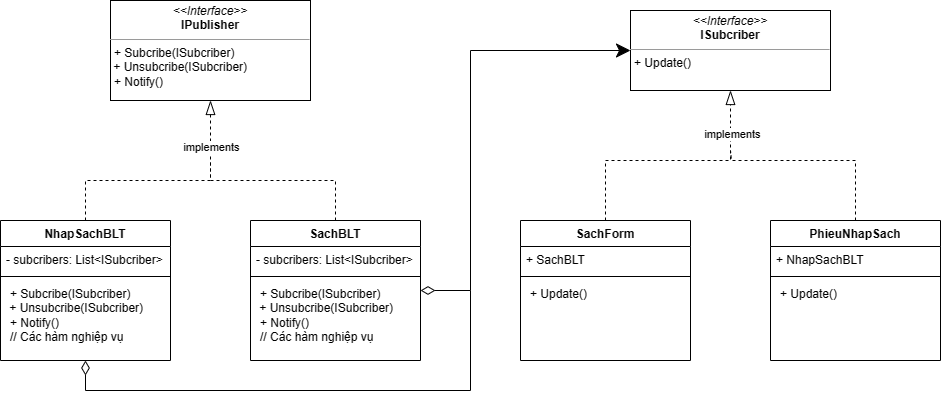
Earlier version of the draw.io export UML/Observer.png (anhkhoa1597/QuanLyNhaSach). Source tidied: cells renumbered, new cells last; positions are measured from the earlier drawing's top-left corner, leaving out a move shared by most shapes.
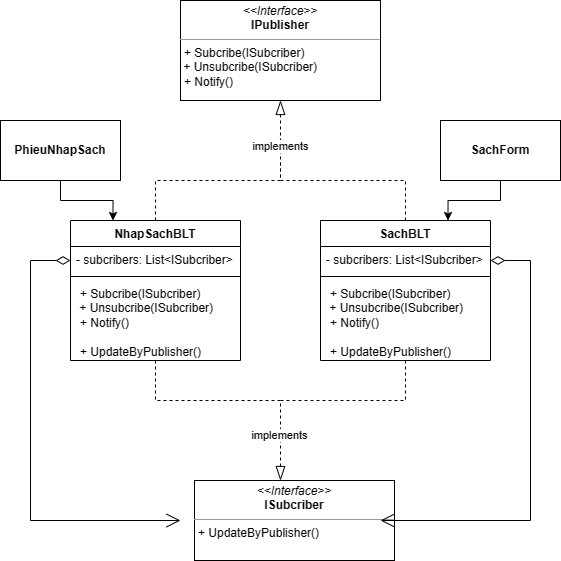
After the commit.

Diff of the diagram source:
```diff
@@ -2,31 +2,44 @@
   <root>
     <mxCell id="0" />
     <mxCell id="1" parent="0" />
-    <mxCell id="2" value="&lt;p style=&quot;margin:0px;margin-top:4px;text-align:center;&quot;&gt;&lt;i&gt;&amp;lt;&amp;lt;Interface&amp;gt;&amp;gt;&lt;/i&gt;&lt;br&gt;&lt;b&gt;ISubcriber&lt;/b&gt;&lt;/p&gt;&lt;hr size=&quot;1&quot;&gt;&lt;p style=&quot;margin:0px;margin-left:4px;&quot;&gt;+ Update()&lt;br&gt;&lt;/p&gt;" style="verticalAlign=top;align=left;overflow=fill;fontSize=12;fontFamily=Helvetica;html=1;whiteSpace=wrap;" parent="1" vertex="1">
-      <mxGeometry x="630" y="10" width="200" height="80" as="geometry" />
+    <mxCell id="2" value="&lt;p style=&quot;margin:0px;margin-top:4px;text-align:center;&quot;&gt;&lt;i&gt;&amp;lt;&amp;lt;Interface&amp;gt;&amp;gt;&lt;/i&gt;&lt;br&gt;&lt;b&gt;ISubcriber&lt;/b&gt;&lt;/p&gt;&lt;hr size=&quot;1&quot;&gt;&lt;p style=&quot;margin:0px;margin-left:4px;&quot;&gt;+ UpdateByPublisher()&lt;br&gt;&lt;/p&gt;" style="verticalAlign=top;align=left;overflow=fill;fontSize=12;fontFamily=Helvetica;html=1;whiteSpace=wrap;" parent="1" vertex="1">
+      <mxGeometry x="304" y="360" width="200" height="80" as="geometry" />
     </mxCell>
     <mxCell id="3" value="&lt;p style=&quot;margin:0px;margin-top:4px;text-align:center;&quot;&gt;&lt;i&gt;&amp;lt;&amp;lt;Interface&amp;gt;&amp;gt;&lt;/i&gt;&lt;br&gt;&lt;b&gt;IPublisher&lt;/b&gt;&lt;/p&gt;&lt;hr size=&quot;1&quot;&gt;&lt;p style=&quot;margin:0px;margin-left:4px;&quot;&gt;+ Subcribe(ISubcriber)&lt;/p&gt;&amp;nbsp;+ Unsubcribe(ISubcriber)&lt;p style=&quot;margin:0px;margin-left:4px;&quot;&gt;+ Notify()&lt;br&gt;&lt;/p&gt;" style="verticalAlign=top;align=left;overflow=fill;fontSize=12;fontFamily=Helvetica;html=1;whiteSpace=wrap;" parent="1" vertex="1">
-      <mxGeometry x="110" width="200" height="100" as="geometry" />
+      <mxGeometry x="290" y="-120" width="200" height="100" as="geometry" />
     </mxCell>
     <mxCell id="4" style="edgeStyle=orthogonalEdgeStyle;rounded=0;jettySize=auto;html=1;endArrow=none;endFill=0;dashed=1;endSize=12;" parent="1" edge="1" source="6">
       <mxGeometry relative="1" as="geometry">
-        <mxPoint x="210" y="160" as="targetPoint" />
+        <mxPoint x="390" y="40" as="targetPoint" />
         <Array as="points">
-          <mxPoint x="335" y="180" />
-          <mxPoint x="210" y="180" />
+          <mxPoint x="515" y="60" />
+          <mxPoint x="390" y="60" />
         </Array>
       </mxGeometry>
     </mxCell>
-    <mxCell id="5" style="edgeStyle=orthogonalEdgeStyle;rounded=0;jettySize=auto;html=1;entryX=0;entryY=0.5;entryDx=0;entryDy=0;startArrow=diamondThin;startFill=0;endSize=12;startSize=12;" parent="1" edge="1" source="6" target="2">
-      <mxGeometry relative="1" as="geometry">
-        <Array as="points">
-          <mxPoint x="470" y="290" />
-          <mxPoint x="470" y="50" />
-        </Array>
-      </mxGeometry>
-    </mxCell>
+    <mxCell id="28" style="edgeStyle=orthogonalEdgeStyle;rounded=0;jettySize=auto;html=1;dashed=1;endArrow=blockThin;endFill=0;endSize=12;startSize=12;" parent="1" edge="1" source="6">
+      <mxGeometry relative="1" as="geometry">
+        <mxPoint x="390" y="360" as="targetPoint" />
+        <Array as="points">
+          <mxPoint x="515" y="280" />
+          <mxPoint x="390" y="280" />
+        </Array>
+      </mxGeometry>
+    </mxCell>
+    <mxCell id="18" value="implements" style="edgeLabel;html=1;align=center;verticalAlign=middle;" parent="28" vertex="1">
+      <mxGeometry x="0.62" y="-1" relative="1" as="geometry" />
+    </mxCell>
+    <mxCell id="29" style="edgeStyle=orthogonalEdgeStyle;rounded=0;jettySize=auto;html=1;entryX=1;entryY=0.5;entryDx=0;entryDy=0;endArrow=open;endFill=0;startArrow=diamondThin;startFill=0;endSize=12;startSize=12;" parent="1" edge="1" source="6">
+      <mxGeometry relative="1" as="geometry">
+        <mxPoint x="490" y="400" as="targetPoint" />
+        <Array as="points">
+          <mxPoint x="640" y="140" />
+          <mxPoint x="640" y="400" />
+        </Array>
+      </mxGeometry>
+    </mxCell>
     <mxCell id="6" value="SachBLT" style="swimlane;fontStyle=1;align=center;verticalAlign=top;horizontal=1;startSize=26;whiteSpace=wrap;html=1;" parent="1" vertex="1">
-      <mxGeometry x="250" y="220" width="170" height="140" as="geometry" />
+      <mxGeometry x="430" y="100" width="170" height="140" as="geometry" />
     </mxCell>
     <mxCell id="7" value="- subcribers: List&amp;lt;ISubcriber&amp;gt;" style="text;strokeColor=none;fillColor=none;align=left;verticalAlign=top;spacingLeft=4;spacingRight=4;overflow=hidden;whiteSpace=wrap;html=1;" parent="6" vertex="1">
       <mxGeometry y="26" width="170" height="26" as="geometry" />
@@ -34,31 +47,39 @@
     <mxCell id="8" style="line;strokeWidth=1;fillColor=none;align=left;verticalAlign=middle;spacingTop=-1;spacingLeft=3;spacingRight=3;labelPosition=right;strokeColor=inherit;" parent="6" vertex="1">
       <mxGeometry y="52" width="170" height="8" as="geometry" />
     </mxCell>
-    <mxCell id="9" value="&lt;p style=&quot;border-color: var(--border-color); margin: 0px 0px 0px 4px;&quot;&gt;+ Subcribe(ISubcriber)&lt;/p&gt;&amp;nbsp;+ Unsubcribe(ISubcriber)&lt;p style=&quot;border-color: var(--border-color); margin: 0px 0px 0px 4px;&quot;&gt;+ Notify()&lt;/p&gt;&lt;p style=&quot;border-color: var(--border-color); margin: 0px 0px 0px 4px;&quot;&gt;// Các hàm nghiệp vụ&lt;/p&gt;" style="text;strokeColor=none;fillColor=none;align=left;verticalAlign=top;spacingLeft=4;spacingRight=4;overflow=hidden;whiteSpace=wrap;html=1;" parent="6" vertex="1">
+    <mxCell id="9" value="&lt;p style=&quot;border-color: var(--border-color); margin: 0px 0px 0px 4px;&quot;&gt;+ Subcribe(ISubcriber)&lt;/p&gt;&amp;nbsp;+ Unsubcribe(ISubcriber)&lt;p style=&quot;border-color: var(--border-color); margin: 0px 0px 0px 4px;&quot;&gt;+ Notify()&lt;/p&gt;&lt;p style=&quot;border-color: var(--border-color); margin: 0px 0px 0px 4px;&quot;&gt;&lt;br&gt;&lt;/p&gt;&lt;p style=&quot;border-color: var(--border-color); margin: 0px 0px 0px 4px;&quot;&gt;+ UpdateByPublisher()&lt;br&gt;&lt;/p&gt;" style="text;strokeColor=none;fillColor=none;align=left;verticalAlign=top;spacingLeft=4;spacingRight=4;overflow=hidden;whiteSpace=wrap;html=1;" parent="6" vertex="1">
       <mxGeometry y="60" width="170" height="80" as="geometry" />
     </mxCell>
     <mxCell id="10" style="edgeStyle=orthogonalEdgeStyle;rounded=0;jettySize=auto;html=1;dashed=1;endArrow=blockThin;endFill=0;endSize=12;" parent="1" edge="1" source="13" target="3">
       <mxGeometry relative="1" as="geometry">
         <Array as="points">
-          <mxPoint x="85" y="180" />
-          <mxPoint x="210" y="180" />
+          <mxPoint x="265" y="60" />
+          <mxPoint x="390" y="60" />
         </Array>
       </mxGeometry>
     </mxCell>
     <mxCell id="11" value="implements" style="edgeLabel;html=1;align=center;verticalAlign=middle;" parent="10" vertex="1">
       <mxGeometry x="0.62" relative="1" as="geometry" />
     </mxCell>
-    <mxCell id="12" style="edgeStyle=orthogonalEdgeStyle;rounded=0;jettySize=auto;html=1;endArrow=none;endFill=0;startArrow=diamondThin;startFill=0;endSize=12;startSize=12;" parent="1" edge="1" source="13">
-      <mxGeometry relative="1" as="geometry">
-        <mxPoint x="470" y="290" as="targetPoint" />
-        <Array as="points">
-          <mxPoint x="85" y="390" />
-          <mxPoint x="470" y="390" />
-        </Array>
-      </mxGeometry>
-    </mxCell>
+    <mxCell id="30" style="edgeStyle=orthogonalEdgeStyle;rounded=0;jettySize=auto;html=1;endArrow=none;endFill=0;dashed=1;endSize=12;startSize=12;" parent="1" edge="1" source="13">
+      <mxGeometry relative="1" as="geometry">
+        <mxPoint x="390" y="280" as="targetPoint" />
+        <Array as="points">
+          <mxPoint x="265" y="280" />
+        </Array>
+      </mxGeometry>
+    </mxCell>
+    <mxCell id="31" style="edgeStyle=orthogonalEdgeStyle;rounded=0;jettySize=auto;html=1;entryX=0;entryY=0.5;entryDx=0;entryDy=0;endArrow=open;endFill=0;startArrow=diamondThin;startFill=0;endSize=12;startSize=12;" parent="1" edge="1" source="13">
+      <mxGeometry relative="1" as="geometry">
+        <mxPoint x="290" y="400" as="targetPoint" />
+        <Array as="points">
+          <mxPoint x="140" y="140" />
+          <mxPoint x="140" y="400" />
+        </Array>
+      </mxGeometry>
+    </mxCell>
     <mxCell id="13" value="NhapSachBLT" style="swimlane;fontStyle=1;align=center;verticalAlign=top;horizontal=1;startSize=26;whiteSpace=wrap;html=1;" parent="1" vertex="1">
-      <mxGeometry y="220" width="170" height="140" as="geometry" />
+      <mxGeometry x="180" y="100" width="170" height="140" as="geometry" />
     </mxCell>
     <mxCell id="14" value="- subcribers: List&amp;lt;ISubcriber&amp;gt;" style="text;strokeColor=none;fillColor=none;align=left;verticalAlign=top;spacingLeft=4;spacingRight=4;overflow=hidden;whiteSpace=wrap;html=1;" parent="13" vertex="1">
       <mxGeometry y="26" width="170" height="26" as="geometry" />
@@ -66,52 +87,20 @@
     <mxCell id="15" style="line;strokeWidth=1;fillColor=none;align=left;verticalAlign=middle;spacingTop=-1;spacingLeft=3;spacingRight=3;labelPosition=right;strokeColor=inherit;" parent="13" vertex="1">
       <mxGeometry y="52" width="170" height="8" as="geometry" />
     </mxCell>
-    <mxCell id="16" value="&lt;p style=&quot;border-color: var(--border-color); margin: 0px 0px 0px 4px;&quot;&gt;+ Subcribe(ISubcriber)&lt;/p&gt;&amp;nbsp;+ Unsubcribe(ISubcriber)&lt;p style=&quot;border-color: var(--border-color); margin: 0px 0px 0px 4px;&quot;&gt;+ Notify()&lt;/p&gt;&lt;p style=&quot;border-color: var(--border-color); margin: 0px 0px 0px 4px;&quot;&gt;// Các hàm nghiệp vụ&lt;/p&gt;" style="text;strokeColor=none;fillColor=none;align=left;verticalAlign=top;spacingLeft=4;spacingRight=4;overflow=hidden;whiteSpace=wrap;html=1;" parent="13" vertex="1">
+    <mxCell id="16" value="&lt;p style=&quot;border-color: var(--border-color); margin: 0px 0px 0px 4px;&quot;&gt;+ Subcribe(ISubcriber)&lt;/p&gt;&amp;nbsp;+ Unsubcribe(ISubcriber)&lt;p style=&quot;border-color: var(--border-color); margin: 0px 0px 0px 4px;&quot;&gt;+ Notify()&lt;/p&gt;&lt;p style=&quot;border-color: var(--border-color); margin: 0px 0px 0px 4px;&quot;&gt;&lt;br&gt;&lt;/p&gt;&lt;p style=&quot;border-color: var(--border-color); margin: 0px 0px 0px 4px;&quot;&gt;+ UpdateByPublisher()&lt;/p&gt;" style="text;strokeColor=none;fillColor=none;align=left;verticalAlign=top;spacingLeft=4;spacingRight=4;overflow=hidden;whiteSpace=wrap;html=1;" parent="13" vertex="1">
       <mxGeometry y="60" width="170" height="80" as="geometry" />
     </mxCell>
-    <mxCell id="17" style="edgeStyle=orthogonalEdgeStyle;rounded=0;jettySize=auto;html=1;entryX=0.5;entryY=1;entryDx=0;entryDy=0;dashed=1;endArrow=blockThin;endFill=0;endSize=12;" parent="1" edge="1" source="19" target="2">
-      <mxGeometry relative="1" as="geometry">
-        <Array as="points">
-          <mxPoint x="605" y="160" />
-          <mxPoint x="730" y="160" />
-        </Array>
-      </mxGeometry>
-    </mxCell>
-    <mxCell id="18" value="implements" style="edgeLabel;html=1;align=center;verticalAlign=middle;" parent="17" vertex="1">
-      <mxGeometry x="0.66" y="-1" relative="1" as="geometry" />
-    </mxCell>
+    <mxCell id="32" style="edgeStyle=orthogonalEdgeStyle;rounded=0;jettySize=auto;html=1;entryX=0.25;entryY=0;entryDx=0;entryDy=0;" parent="1" edge="1" source="24" target="13">
+      <mxGeometry relative="1" as="geometry" />
+    </mxCell>
+    <mxCell id="24" value="PhieuNhapSach" style="rounded=0;whiteSpace=wrap;html=1;fontStyle=1;" parent="1" vertex="1">
+      <mxGeometry x="110" width="120" height="60" as="geometry" />
+    </mxCell>
+    <mxCell id="33" style="edgeStyle=orthogonalEdgeStyle;rounded=0;jettySize=auto;html=1;entryX=0.75;entryY=0;entryDx=0;entryDy=0;" parent="1" edge="1" source="19" target="6">
+      <mxGeometry relative="1" as="geometry" />
+    </mxCell>
-    <mxCell id="19" value="SachForm" style="swimlane;fontStyle=1;align=center;verticalAlign=top;horizontal=1;startSize=26;whiteSpace=wrap;html=1;" parent="1" vertex="1">
-      <mxGeometry x="520" y="220" width="170" height="140" as="geometry" />
+    <mxCell id="19" value="SachForm" style="rounded=0;whiteSpace=wrap;html=1;fontStyle=1;" parent="1" vertex="1">
+      <mxGeometry x="550" width="120" height="60" as="geometry" />
     </mxCell>
-    <mxCell id="20" value="+ SachBLT" style="text;strokeColor=none;fillColor=none;align=left;verticalAlign=top;spacingLeft=4;spacingRight=4;overflow=hidden;whiteSpace=wrap;html=1;" parent="19" vertex="1">
-      <mxGeometry y="26" width="170" height="26" as="geometry" />
-    </mxCell>
-    <mxCell id="21" style="line;strokeWidth=1;fillColor=none;align=left;verticalAlign=middle;spacingTop=-1;spacingLeft=3;spacingRight=3;labelPosition=right;strokeColor=inherit;" parent="19" vertex="1">
-      <mxGeometry y="52" width="170" height="8" as="geometry" />
-    </mxCell>
-    <mxCell id="22" value="&lt;p style=&quot;border-color: var(--border-color); margin: 0px 0px 0px 4px;&quot;&gt;+ Update()&lt;br&gt;&lt;/p&gt;" style="text;strokeColor=none;fillColor=none;align=left;verticalAlign=top;spacingLeft=4;spacingRight=4;overflow=hidden;whiteSpace=wrap;html=1;" parent="19" vertex="1">
-      <mxGeometry y="60" width="170" height="80" as="geometry" />
-    </mxCell>
-    <mxCell id="23" style="edgeStyle=orthogonalEdgeStyle;rounded=0;jettySize=auto;html=1;endArrow=none;endFill=0;dashed=1;endSize=12;" parent="1" edge="1" source="24">
-      <mxGeometry relative="1" as="geometry">
-        <mxPoint x="730" y="150" as="targetPoint" />
-        <Array as="points">
-          <mxPoint x="855" y="160" />
-          <mxPoint x="731" y="160" />
-        </Array>
-      </mxGeometry>
-    </mxCell>
-    <mxCell id="24" value="PhieuNhapSach" style="swimlane;fontStyle=1;align=center;verticalAlign=top;horizontal=1;startSize=26;whiteSpace=wrap;html=1;" parent="1" vertex="1">
-      <mxGeometry x="770" y="220" width="170" height="140" as="geometry" />
-    </mxCell>
-    <mxCell id="25" value="+ NhapSachBLT" style="text;strokeColor=none;fillColor=none;align=left;verticalAlign=top;spacingLeft=4;spacingRight=4;overflow=hidden;whiteSpace=wrap;html=1;" parent="24" vertex="1">
-      <mxGeometry y="26" width="170" height="26" as="geometry" />
-    </mxCell>
-    <mxCell id="26" style="line;strokeWidth=1;fillColor=none;align=left;verticalAlign=middle;spacingTop=-1;spacingLeft=3;spacingRight=3;labelPosition=right;strokeColor=inherit;" parent="24" vertex="1">
-      <mxGeometry y="52" width="170" height="8" as="geometry" />
-    </mxCell>
-    <mxCell id="27" value="&lt;p style=&quot;border-color: var(--border-color); margin: 0px 0px 0px 4px;&quot;&gt;+ Update()&lt;br&gt;&lt;/p&gt;" style="text;strokeColor=none;fillColor=none;align=left;verticalAlign=top;spacingLeft=4;spacingRight=4;overflow=hidden;whiteSpace=wrap;html=1;" parent="24" vertex="1">
-      <mxGeometry y="60" width="170" height="80" as="geometry" />
-    </mxCell>
   </root>
 </mxGraphModel>
```
